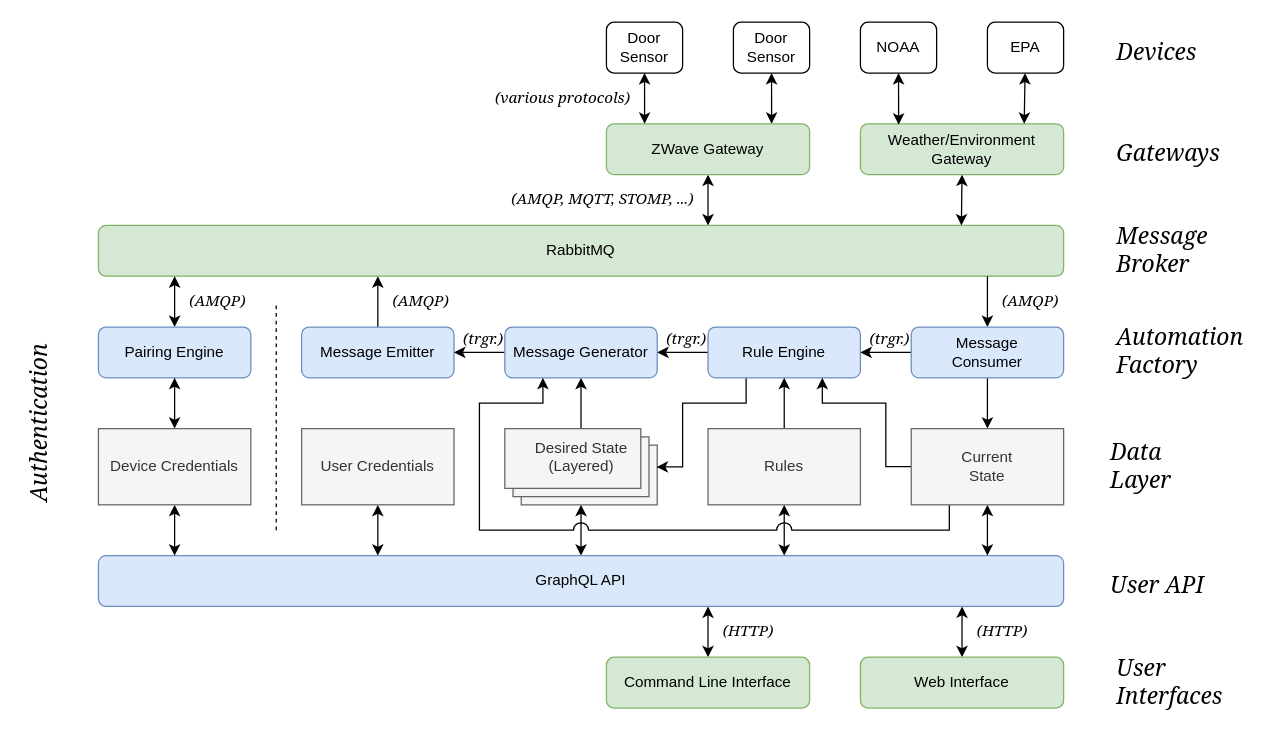
mikecamilleri/tilde keeps this draw.io diagram as docs/architecture.drawio. Above is the earlier version. Source tidied: cells renumbered, new cells numbered last; positions are measured from the earlier drawing's top-left corner, leaving out a move shared by most shapes. Both pictures are drawn from the tidied source at 127%, with x=0, y=0 at pixel (-55, 22).
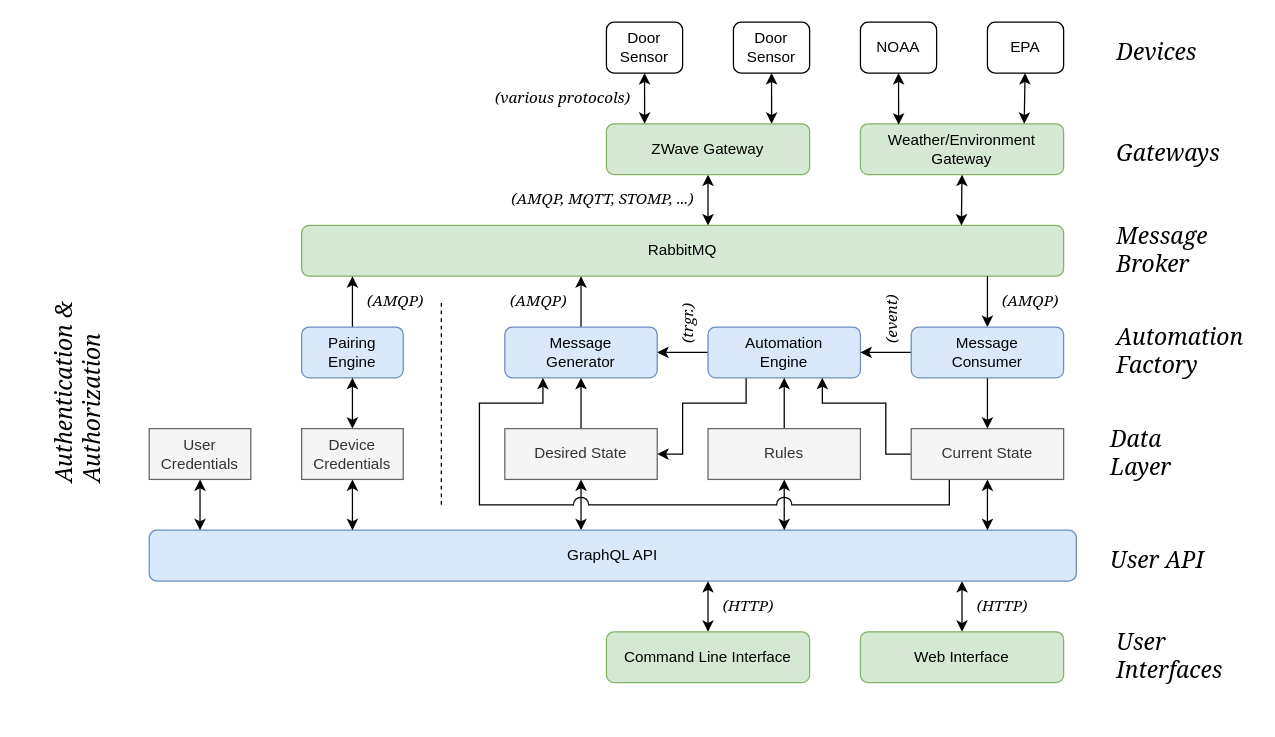
After the change.

Diff of the diagram source:
```diff
@@
     <mxCell id="2" value="RabbitMQ" style="rounded=1;whiteSpace=wrap;html=1;fillColor=#d5e8d4;strokeColor=#82b366;" parent="1" vertex="1">
-      <mxGeometry x="120" y="160" width="760" height="40" as="geometry" />
+      <mxGeometry x="280" y="160" width="600" height="40" as="geometry" />
     </mxCell>
@@
     <mxCell id="4" value="Web Interface&lt;br&gt;" style="rounded=1;whiteSpace=wrap;html=1;fillColor=#d5e8d4;strokeColor=#82b366;" parent="1" vertex="1">
-      <mxGeometry x="720" y="500" width="160" height="40" as="geometry" />
+      <mxGeometry x="720" y="480" width="160" height="40" as="geometry" />
     </mxCell>
@@
     <mxCell id="6" value="Command Line Interface&lt;br&gt;" style="rounded=1;whiteSpace=wrap;html=1;fillColor=#d5e8d4;align=center;strokeColor=#82b366;" parent="1" vertex="1">
-      <mxGeometry x="520" y="500" width="160" height="40" as="geometry" />
+      <mxGeometry x="520" y="480" width="160" height="40" as="geometry" />
     </mxCell>
-    <mxCell id="7" style="edgeStyle=orthogonalEdgeStyle;rounded=0;jettySize=auto;html=1;startArrow=none;startFill=0;endArrow=classic;endFill=1;" parent="1" edge="1" source="9" target="39">
+    <mxCell id="7" style="edgeStyle=orthogonalEdgeStyle;rounded=0;jettySize=auto;html=1;startArrow=none;startFill=0;endArrow=classic;endFill=1;" parent="1" edge="1" source="70" target="39">
       <mxGeometry relative="1" as="geometry" />
     </mxCell>
-    <mxCell id="8" style="edgeStyle=orthogonalEdgeStyle;rounded=0;jettySize=auto;html=1;startArrow=classic;startFill=1;endArrow=classic;endFill=1;jumpStyle=none;" parent="1" edge="1" source="9" target="35">
+    <mxCell id="8" style="edgeStyle=orthogonalEdgeStyle;rounded=0;jettySize=auto;html=1;startArrow=classic;startFill=1;endArrow=classic;endFill=1;jumpStyle=none;" parent="1" edge="1" source="70" target="35">
       <mxGeometry relative="1" as="geometry">
         <Array as="points">
-          <mxPoint x="500" y="440" />
-          <mxPoint x="500" y="440" />
+          <mxPoint x="500" y="390" />
+          <mxPoint x="500" y="390" />
         </Array>
       </mxGeometry>
     </mxCell>
-    <mxCell id="9" value="Desired State &lt;br&gt;(Layered)&lt;br&gt;&amp;nbsp;" style="verticalLabelPosition=middle;verticalAlign=middle;html=1;shape=mxgraph.basic.layered_rect;dx=12.94;outlineConnect=0;fillColor=#f5f5f5;align=center;labelPosition=center;horizontal=1;strokeColor=#666666;fontColor=#333333;" parent="1" vertex="1">
-      <mxGeometry x="440" y="320" width="120" height="60" as="geometry" />
-    </mxCell>
@@
-    <mxCell id="11" style="edgeStyle=orthogonalEdgeStyle;rounded=0;jettySize=auto;html=1;exitX=0.25;exitY=1;exitDx=0;exitDy=0;entryX=0.996;entryY=0.503;entryDx=0;entryDy=0;entryPerimeter=0;startArrow=none;startFill=0;endArrow=classic;endFill=1;" parent="1" edge="1" source="12" target="9">
+    <mxCell id="11" style="edgeStyle=orthogonalEdgeStyle;rounded=0;jettySize=auto;html=1;exitX=0.25;exitY=1;exitDx=0;exitDy=0;startArrow=none;startFill=0;endArrow=classic;endFill=1;" parent="1" edge="1" source="12" target="70">
       <mxGeometry relative="1" as="geometry">
         <Array as="points">
           <mxPoint x="630" y="300" />
           <mxPoint x="580" y="300" />
-          <mxPoint x="580" y="350" />
+          <mxPoint x="580" y="340" />
         </Array>
       </mxGeometry>
     </mxCell>
-    <mxCell id="12" value="Rule Engine" style="rounded=1;whiteSpace=wrap;html=1;fillColor=#dae8fc;align=center;strokeColor=#6c8ebf;" parent="1" vertex="1">
+    <mxCell id="12" value="Automation&lt;br&gt;Engine" style="rounded=1;whiteSpace=wrap;html=1;fillColor=#dae8fc;align=center;strokeColor=#6c8ebf;" parent="1" vertex="1">
       <mxGeometry x="600" y="240" width="120" height="40" as="geometry" />
     </mxCell>
@@
     <mxCell id="25" style="edgeStyle=orthogonalEdgeStyle;rounded=0;orthogonalLoop=1;jettySize=auto;html=1;" parent="1" edge="1">
       <mxGeometry relative="1" as="geometry">
-        <mxPoint x="160" y="290" as="sourcePoint" />
+        <mxPoint x="160" y="250" as="sourcePoint" />
         <Array as="points">
-          <mxPoint x="120" y="290" />
-          <mxPoint x="120" y="290" />
+          <mxPoint x="120" y="250" />
+          <mxPoint x="120" y="250" />
         </Array>
       </mxGeometry>
     </mxCell>
@@
     <mxCell id="35" value="GraphQL API" style="rounded=1;whiteSpace=wrap;html=1;fillColor=#dae8fc;strokeColor=#6c8ebf;rotation=0;" parent="1" vertex="1">
-      <mxGeometry x="120" y="420" width="760" height="40" as="geometry" />
+      <mxGeometry x="160" y="400" width="730" height="40" as="geometry" />
     </mxCell>
-    <mxCell id="36" style="edgeStyle=orthogonalEdgeStyle;rounded=0;jettySize=auto;html=1;startArrow=none;startFill=0;endArrow=classic;endFill=1;" parent="1" edge="1" source="37" target="2">
-      <mxGeometry relative="1" as="geometry">
-        <Array as="points">
-          <mxPoint x="340" y="200" />
-          <mxPoint x="340" y="200" />
-        </Array>
-      </mxGeometry>
-    </mxCell>
-    <mxCell id="37" value="Message Emitter" style="rounded=1;whiteSpace=wrap;html=1;fillColor=#dae8fc;align=center;strokeColor=#6c8ebf;rotation=0;" parent="1" vertex="1">
-      <mxGeometry x="280" y="240" width="120" height="40" as="geometry" />
-    </mxCell>
-    <mxCell id="38" style="edgeStyle=orthogonalEdgeStyle;rounded=0;jettySize=auto;html=1;startArrow=none;startFill=0;endArrow=classic;endFill=1;" parent="1" edge="1" source="39" target="37">
-      <mxGeometry relative="1" as="geometry" />
-    </mxCell>
+    <mxCell id="68" style="edgeStyle=orthogonalEdgeStyle;rounded=0;jettySize=auto;html=1;" parent="1" edge="1" source="39" target="2">
+      <mxGeometry relative="1" as="geometry">
+        <Array as="points">
+          <mxPoint x="500" y="210" />
+          <mxPoint x="500" y="210" />
+        </Array>
+      </mxGeometry>
+    </mxCell>
-    <mxCell id="39" value="Message Generator" style="rounded=1;whiteSpace=wrap;html=1;fillColor=#dae8fc;align=center;strokeColor=#6c8ebf;" parent="1" vertex="1">
+    <mxCell id="39" value="Message&lt;br&gt;Generator" style="rounded=1;whiteSpace=wrap;html=1;fillColor=#dae8fc;align=center;strokeColor=#6c8ebf;" parent="1" vertex="1">
       <mxGeometry x="440" y="240" width="120" height="40" as="geometry" />
     </mxCell>
@@
     <mxCell id="42" value="Rules" style="rounded=0;whiteSpace=wrap;html=1;align=center;fillColor=#f5f5f5;strokeColor=#666666;fontColor=#333333;" parent="1" vertex="1">
-      <mxGeometry x="600" y="320" width="120" height="60" as="geometry" />
+      <mxGeometry x="600" y="320" width="120" height="40" as="geometry" />
     </mxCell>
     <mxCell id="43" style="edgeStyle=orthogonalEdgeStyle;rounded=0;jettySize=auto;html=1;exitX=0.25;exitY=1;exitDx=0;exitDy=0;entryX=0.25;entryY=1;entryDx=0;entryDy=0;startArrow=none;startFill=0;endArrow=classic;endFill=1;jumpStyle=arc;jumpSize=12;" parent="1" edge="1" source="46" target="39">
       <mxGeometry relative="1" as="geometry">
         <Array as="points">
-          <mxPoint x="790" y="400" />
-          <mxPoint x="420" y="400" />
+          <mxPoint x="790" y="380" />
+          <mxPoint x="420" y="380" />
           <mxPoint x="420" y="300" />
           <mxPoint x="470" y="300" />
         </Array>
       </mxGeometry>
     </mxCell>
@@
     <mxCell id="45" style="edgeStyle=orthogonalEdgeStyle;rounded=0;jumpStyle=none;jumpSize=12;jettySize=auto;html=1;exitX=0;exitY=0.5;exitDx=0;exitDy=0;startArrow=none;startFill=0;endArrow=classic;endFill=1;" parent="1" edge="1" source="46" target="12">
       <mxGeometry relative="1" as="geometry">
         <Array as="points">
-          <mxPoint x="740" y="350" />
+          <mxPoint x="740" y="340" />
           <mxPoint x="740" y="300" />
           <mxPoint x="690" y="300" />
         </Array>
       </mxGeometry>
     </mxCell>
-    <mxCell id="46" value="Current &lt;br&gt;State" style="rounded=0;whiteSpace=wrap;html=1;align=center;fillColor=#f5f5f5;strokeColor=#666666;fontColor=#333333;" parent="1" vertex="1">
-      <mxGeometry x="760" y="320" width="120" height="60" as="geometry" />
+    <mxCell id="46" value="Current State" style="rounded=0;whiteSpace=wrap;html=1;align=center;fillColor=#f5f5f5;strokeColor=#666666;fontColor=#333333;" parent="1" vertex="1">
+      <mxGeometry x="760" y="320" width="120" height="40" as="geometry" />
     </mxCell>
@@
     <mxCell id="48" value="&lt;font face=&quot;Georgia&quot; style=&quot;font-size: 12px&quot;&gt;&lt;i&gt;(AMQP)&lt;/i&gt;&lt;/font&gt;" style="text;html=1;align=left;verticalAlign=middle;" parent="1" vertex="1">
-      <mxGeometry x="190" y="210" width="60" height="20" as="geometry" />
+      <mxGeometry x="330" y="210" width="60" height="20" as="geometry" />
     </mxCell>
-    <mxCell id="49" value="&lt;font face=&quot;Georgia&quot; style=&quot;font-size: 12px&quot;&gt;&lt;i&gt;(trgr.)&lt;/i&gt;&lt;/font&gt;" style="text;html=1;align=right;verticalAlign=middle;" parent="1" vertex="1">
-      <mxGeometry x="390" y="240" width="50" height="20" as="geometry" />
-    </mxCell>
-    <mxCell id="50" value="&lt;font face=&quot;Georgia&quot; style=&quot;font-size: 12px&quot;&gt;&lt;i&gt;(trgr.)&lt;/i&gt;&lt;/font&gt;" style="text;html=1;align=right;verticalAlign=middle;" parent="1" vertex="1">
-      <mxGeometry x="550" y="240" width="50" height="20" as="geometry" />
+    <mxCell id="50" value="&lt;font face=&quot;Georgia&quot;&gt;&lt;i&gt;(trgr.)&lt;br&gt;&lt;/i&gt;&lt;/font&gt;" style="text;html=1;align=left;verticalAlign=middle;rotation=-90;" parent="1" vertex="1">
+      <mxGeometry x="560" y="220" width="50" height="20" as="geometry" />
     </mxCell>
-    <mxCell id="51" value="&lt;font face=&quot;Georgia&quot; style=&quot;font-size: 12px&quot;&gt;&lt;i&gt;(trgr.)&lt;/i&gt;&lt;/font&gt;" style="text;html=1;align=right;verticalAlign=middle;" parent="1" vertex="1">
-      <mxGeometry x="710" y="240" width="50" height="20" as="geometry" />
-    </mxCell>
@@
     <mxCell id="53" value="&lt;font style=&quot;font-size: 18px&quot;&gt;&lt;span style=&quot;font-size: 18px&quot;&gt;&lt;i style=&quot;font-size: 18px&quot;&gt;Data&lt;br&gt;Layer&lt;br&gt;&lt;/i&gt;&lt;/span&gt;&lt;/font&gt;" style="text;html=1;align=left;verticalAlign=top;spacingTop=-4;fontStyle=0;fontFamily=Georgia;fontSize=18;" parent="1" vertex="1">
-      <mxGeometry x="915" y="325" width="60" height="50" as="geometry" />
+      <mxGeometry x="915" y="315" width="60" height="50" as="geometry" />
     </mxCell>
     <mxCell id="54" value="&lt;font style=&quot;font-size: 18px&quot;&gt;&lt;span style=&quot;font-size: 18px&quot;&gt;&lt;i style=&quot;font-size: 18px&quot;&gt;User API&lt;/i&gt;&lt;/span&gt;&lt;/font&gt;" style="text;html=1;align=left;verticalAlign=top;spacingTop=-4;fontStyle=0;fontFamily=Georgia;fontSize=18;" parent="1" vertex="1">
-      <mxGeometry x="915" y="430" width="90" height="20" as="geometry" />
+      <mxGeometry x="915" y="410" width="90" height="20" as="geometry" />
     </mxCell>
     <mxCell id="55" value="&lt;font style=&quot;font-size: 18px&quot;&gt;&lt;span style=&quot;font-size: 18px&quot;&gt;&lt;i style=&quot;font-size: 18px&quot;&gt;User&lt;br&gt;Interfaces&lt;br&gt;&lt;/i&gt;&lt;/span&gt;&lt;/font&gt;" style="text;html=1;align=left;verticalAlign=top;spacingTop=-4;fontStyle=0;fontFamily=Georgia;fontSize=18;" parent="1" vertex="1">
-      <mxGeometry x="920" y="495" width="100" height="50" as="geometry" />
+      <mxGeometry x="920" y="475" width="100" height="50" as="geometry" />
     </mxCell>
-    <mxCell id="56" style="edgeStyle=orthogonalEdgeStyle;rounded=0;jumpStyle=none;jumpSize=12;jettySize=auto;html=1;startArrow=classic;startFill=1;endArrow=classic;endFill=1;" parent="1" edge="1" source="57" target="2">
+    <mxCell id="56" style="edgeStyle=orthogonalEdgeStyle;rounded=0;jettySize=auto;html=1;" parent="1" edge="1" source="57" target="2">
       <mxGeometry relative="1" as="geometry">
         <Array as="points">
-          <mxPoint x="180" y="210" />
-          <mxPoint x="180" y="210" />
+          <mxPoint x="320" y="210" />
+          <mxPoint x="320" y="210" />
         </Array>
       </mxGeometry>
     </mxCell>
     <mxCell id="57" value="Pairing Engine" style="rounded=1;whiteSpace=wrap;html=1;fillColor=#dae8fc;align=center;strokeColor=#6c8ebf;rotation=0;" parent="1" vertex="1">
-      <mxGeometry x="120" y="240" width="120" height="40" as="geometry" />
+      <mxGeometry x="280" y="240" width="80" height="40" as="geometry" />
     </mxCell>
+    <mxCell id="59" style="edgeStyle=orthogonalEdgeStyle;rounded=0;jumpStyle=none;jumpSize=12;jettySize=auto;html=1;startArrow=classic;startFill=1;endArrow=classic;endFill=1;" parent="1" edge="1" source="60" target="57">
+      <mxGeometry relative="1" as="geometry" />
+    </mxCell>
-    <mxCell id="58" style="edgeStyle=orthogonalEdgeStyle;rounded=0;jumpStyle=none;jumpSize=12;jettySize=auto;html=1;startArrow=classic;startFill=1;endArrow=classic;endFill=1;" parent="1" edge="1" source="60" target="35">
+    <mxCell id="58" style="edgeStyle=orthogonalEdgeStyle;rounded=0;jettySize=auto;html=1;startArrow=classic;startFill=1;" parent="1" edge="1" source="60" target="35">
       <mxGeometry relative="1" as="geometry">
         <Array as="points">
-          <mxPoint x="180" y="410" />
-          <mxPoint x="180" y="410" />
+          <mxPoint x="320" y="410" />
+          <mxPoint x="320" y="410" />
         </Array>
       </mxGeometry>
     </mxCell>
-    <mxCell id="59" style="edgeStyle=orthogonalEdgeStyle;rounded=0;jumpStyle=none;jumpSize=12;jettySize=auto;html=1;startArrow=classic;startFill=1;endArrow=classic;endFill=1;" parent="1" edge="1" source="60" target="57">
-      <mxGeometry relative="1" as="geometry" />
-    </mxCell>
     <mxCell id="60" value="Device Credentials" style="rounded=0;whiteSpace=wrap;html=1;align=center;fillColor=#f5f5f5;strokeColor=#666666;fontColor=#333333;" parent="1" vertex="1">
-      <mxGeometry x="120" y="320" width="120" height="60" as="geometry" />
+      <mxGeometry x="280" y="320" width="80" height="40" as="geometry" />
     </mxCell>
-    <mxCell id="61" style="edgeStyle=orthogonalEdgeStyle;rounded=0;jumpStyle=none;jumpSize=12;jettySize=auto;html=1;startArrow=classic;startFill=1;endArrow=classic;endFill=1;" parent="1" edge="1" source="62" target="35">
+    <mxCell id="61" style="edgeStyle=orthogonalEdgeStyle;rounded=0;jettySize=auto;html=1;startArrow=classic;startFill=1;" parent="1" edge="1" source="62" target="35">
       <mxGeometry relative="1" as="geometry">
         <Array as="points">
-          <mxPoint x="340" y="410" />
-          <mxPoint x="340" y="410" />
+          <mxPoint x="200" y="410" />
+          <mxPoint x="200" y="410" />
         </Array>
       </mxGeometry>
     </mxCell>
     <mxCell id="62" value="User Credentials" style="rounded=0;whiteSpace=wrap;html=1;align=center;fillColor=#f5f5f5;strokeColor=#666666;fontColor=#333333;" parent="1" vertex="1">
-      <mxGeometry x="280" y="320" width="120" height="60" as="geometry" />
+      <mxGeometry x="160" y="320" width="80" height="40" as="geometry" />
     </mxCell>
-    <mxCell id="63" value="&lt;font face=&quot;Georgia&quot; style=&quot;font-size: 12px&quot;&gt;&lt;i&gt;(AMQP)&lt;/i&gt;&lt;/font&gt;" style="text;html=1;align=left;verticalAlign=middle;" parent="1" vertex="1">
-      <mxGeometry x="350" y="210" width="60" height="20" as="geometry" />
+    <mxCell id="63" value="&lt;font face=&quot;Georgia&quot; style=&quot;font-size: 12px&quot;&gt;&lt;i&gt;(AMQP)&lt;/i&gt;&lt;/font&gt;" style="text;html=1;align=right;verticalAlign=middle;" parent="1" vertex="1">
+      <mxGeometry x="430" y="210" width="60" height="20" as="geometry" />
     </mxCell>
     <mxCell id="64" value="&lt;font face=&quot;Georgia&quot; style=&quot;font-size: 12px&quot;&gt;&lt;i&gt;(HTTP)&lt;/i&gt;&lt;/font&gt;" style="text;html=1;align=left;verticalAlign=middle;" parent="1" vertex="1">
-      <mxGeometry x="610" y="470" width="60" height="20" as="geometry" />
+      <mxGeometry x="610" y="450" width="60" height="20" as="geometry" />
     </mxCell>
     <mxCell id="65" value="&lt;font face=&quot;Georgia&quot; style=&quot;font-size: 12px&quot;&gt;&lt;i&gt;(HTTP)&lt;/i&gt;&lt;/font&gt;" style="text;html=1;align=left;verticalAlign=middle;" parent="1" vertex="1">
-      <mxGeometry x="810" y="470" width="60" height="20" as="geometry" />
+      <mxGeometry x="810" y="450" width="60" height="20" as="geometry" />
     </mxCell>
     <mxCell id="66" style="endArrow=none;dashed=1;html=1;" parent="1" edge="1">
       <mxGeometry relative="1" as="geometry">
-        <mxPoint x="260" y="400" as="sourcePoint" />
-        <mxPoint x="260" y="220" as="targetPoint" />
+        <mxPoint x="390" y="380" as="sourcePoint" />
+        <mxPoint x="390" y="220" as="targetPoint" />
       </mxGeometry>
     </mxCell>
-    <mxCell id="67" value="&lt;font style=&quot;font-size: 18px&quot;&gt;&lt;span style=&quot;font-size: 18px&quot;&gt;&lt;i style=&quot;font-size: 18px&quot;&gt;Authentication&lt;/i&gt;&lt;/span&gt;&lt;/font&gt;" style="text;html=1;align=left;verticalAlign=top;spacingTop=-4;fontStyle=0;fontFamily=Georgia;fontSize=18;rotation=-90;" parent="1" vertex="1">
-      <mxGeometry y="300" width="140" height="20" as="geometry" />
+    <mxCell id="67" value="&lt;font style=&quot;font-size: 18px&quot;&gt;&lt;span style=&quot;font-size: 18px&quot;&gt;&lt;i style=&quot;font-size: 18px&quot;&gt;Authentication &amp;amp;&lt;br&gt;Authorization&lt;br&gt;&lt;/i&gt;&lt;/span&gt;&lt;/font&gt;" style="text;html=1;align=left;verticalAlign=top;spacingTop=-4;fontStyle=0;fontFamily=Georgia;fontSize=18;rotation=-90;" parent="1" vertex="1">
+      <mxGeometry x="30" y="265" width="150" height="50" as="geometry" />
     </mxCell>
+    <mxCell id="69" value="&lt;font face=&quot;Georgia&quot;&gt;&lt;i&gt;(event)&lt;br&gt;&lt;/i&gt;&lt;/font&gt;" style="text;html=1;align=left;verticalAlign=middle;rotation=-90;" parent="1" vertex="1">
+      <mxGeometry x="720" y="220" width="50" height="20" as="geometry" />
+    </mxCell>
+    <mxCell id="70" value="Desired State" style="rounded=0;whiteSpace=wrap;html=1;align=center;fillColor=#f5f5f5;strokeColor=#666666;fontColor=#333333;" parent="1" vertex="1">
+      <mxGeometry x="440" y="320" width="120" height="40" as="geometry" />
+    </mxCell>
```
